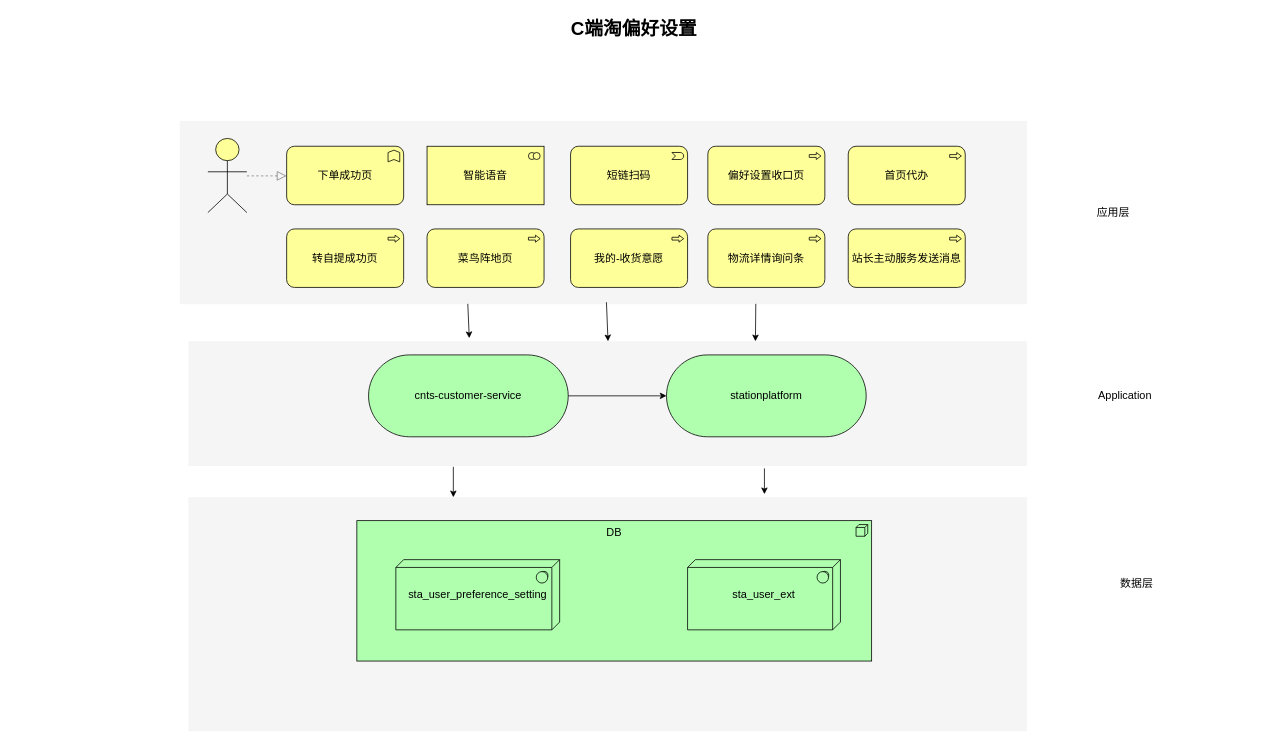
The draw.io diagram Untitled Diagram.drawio in wycssg/gitlearn, before the edit. Source tidied: cells renumbered, new cells numbered last; positions are measured from the earlier drawing's top-left corner, leaving out a move shared by most shapes. Both pictures are drawn from the tidied source at 78%, with x=0, y=0 at pixel (13, 13).
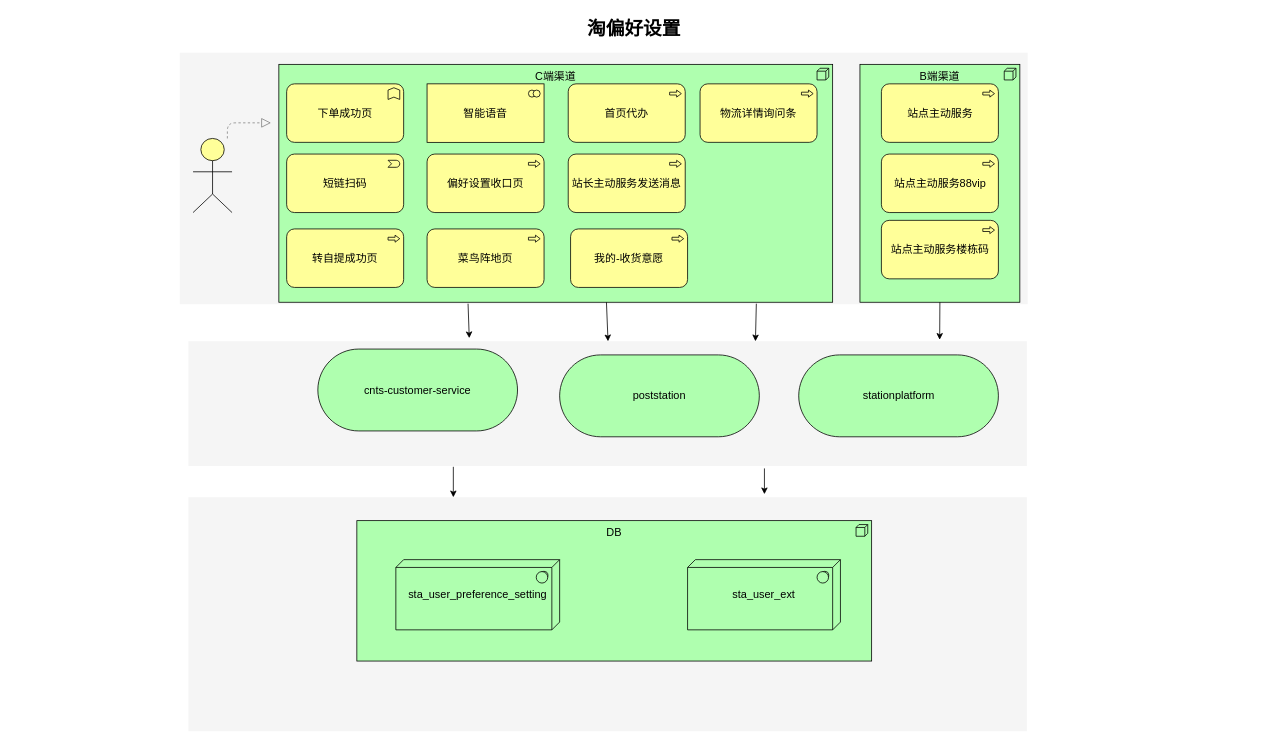
The same diagram, later.

The change refers to these unchanged cells:
```xml
<mxCell id="3" style="whiteSpace=wrap;html=1;strokeColor=none;strokeWidth=1;fillColor=#f5f5f5;fontSize=14;" parent="1" vertex="1">
  <mxGeometry x="224" y="420" width="1075" height="160" as="geometry" />
</mxCell>
```

Diff of the diagram source:
```diff
@@
+    <mxCell id="4" style="whiteSpace=wrap;html=1;strokeColor=none;strokeWidth=1;fillColor=#f5f5f5;fontSize=14;" parent="1" vertex="1">
+      <mxGeometry x="213" y="50" width="1087" height="322.5" as="geometry" />
+    </mxCell>
+    <mxCell id="32" value="C端渠道" style="html=1;whiteSpace=wrap;fillColor=#AFFFAF;shape=mxgraph.archimate3.application;appType=node;archiType=square;fontSize=14;verticalAlign=top;" parent="1" vertex="1">
+      <mxGeometry x="340" y="65" width="710" height="305" as="geometry" />
+    </mxCell>
@@
-    <mxCell id="4" style="whiteSpace=wrap;html=1;strokeColor=none;strokeWidth=1;fillColor=#f5f5f5;fontSize=14;" parent="1" vertex="1">
-      <mxGeometry x="213" y="137.5" width="1086" height="235" as="geometry" />
-    </mxCell>
@@
     <mxCell id="8" value="下单成功页" style="html=1;whiteSpace=wrap;fillColor=#ffff99;shape=mxgraph.archimate3.application;appType=func;archiType=rounded;fontSize=14;" parent="1" vertex="1">
-      <mxGeometry x="350" y="170" width="150" height="75" as="geometry" />
+      <mxGeometry x="350" y="90" width="150" height="75" as="geometry" />
     </mxCell>
     <mxCell id="9" value="智能语音" style="html=1;whiteSpace=wrap;fillColor=#ffff99;shape=mxgraph.archimate3.application;appType=collab;archiType=square;fontSize=14;" parent="1" vertex="1">
-      <mxGeometry x="530" y="170" width="150" height="75" as="geometry" />
+      <mxGeometry x="530" y="90" width="150" height="75" as="geometry" />
     </mxCell>
     <mxCell id="10" value="短链扫码" style="html=1;whiteSpace=wrap;fillColor=#ffff99;shape=mxgraph.archimate3.application;appType=event;archiType=rounded;fontSize=14;" parent="1" vertex="1">
-      <mxGeometry x="714" y="170" width="150" height="75" as="geometry" />
+      <mxGeometry x="350" y="180" width="150" height="75" as="geometry" />
     </mxCell>
     <mxCell id="11" value="偏好设置收口页" style="html=1;whiteSpace=wrap;fillColor=#ffff99;shape=mxgraph.archimate3.application;appType=proc;archiType=rounded;fontSize=14;" parent="1" vertex="1">
-      <mxGeometry x="890" y="170" width="150" height="75" as="geometry" />
+      <mxGeometry x="530" y="180" width="150" height="75" as="geometry" />
     </mxCell>
-    <mxCell id="12" value="数据层" style="text;html=1;strokeColor=none;fillColor=none;align=center;verticalAlign=middle;whiteSpace=wrap;fontSize=14;" parent="1" vertex="1">
-      <mxGeometry x="1320" y="720" width="240" height="20" as="geometry" />
-    </mxCell>
-    <mxCell id="13" value="Application" style="text;html=1;strokeColor=none;fillColor=none;align=center;verticalAlign=middle;whiteSpace=wrap;fontSize=14;" parent="1" vertex="1">
-      <mxGeometry x="1305" y="480" width="240" height="20" as="geometry" />
-    </mxCell>
-    <mxCell id="14" value="应用层" style="text;html=1;strokeColor=none;fillColor=none;align=center;verticalAlign=middle;whiteSpace=wrap;fontSize=14;" parent="1" vertex="1">
-      <mxGeometry x="1290" y="245" width="240" height="20" as="geometry" />
-    </mxCell>
-    <mxCell id="15" style="edgeStyle=elbowEdgeStyle;rounded=1;elbow=vertical;html=1;dashed=1;startSize=10;endArrow=block;endFill=0;endSize=10;jettySize=auto;strokeColor=#808080;fontSize=14;" parent="1" edge="1" source="16" target="8">
-      <mxGeometry relative="1" as="geometry" />
+    <mxCell id="15" style="edgeStyle=elbowEdgeStyle;rounded=1;elbow=vertical;html=1;dashed=1;startSize=10;endArrow=block;endFill=0;endSize=10;jettySize=auto;strokeColor=#808080;fontSize=14;" parent="1" edge="1" source="16">
+      <mxGeometry relative="1" as="geometry">
+        <mxPoint x="330" y="140" as="targetPoint" />
+        <Array as="points">
+          <mxPoint x="274" y="140" />
+        </Array>
+      </mxGeometry>
     </mxCell>
     <mxCell id="16" style="html=1;whiteSpace=wrap;fillColor=#ffff99;shape=mxgraph.archimate3.actor;fontSize=14;" parent="1" vertex="1">
-      <mxGeometry x="249" y="160" width="50" height="95" as="geometry" />
+      <mxGeometry x="230" y="160" width="50" height="95" as="geometry" />
     </mxCell>
-    <mxCell id="17" value="C端淘偏好设置" style="text;strokeColor=none;fillColor=none;html=1;fontSize=24;fontStyle=1;verticalAlign=middle;align=center;" parent="1" vertex="1">
+    <mxCell id="17" value="淘偏好设置" style="text;strokeColor=none;fillColor=none;html=1;fontSize=24;fontStyle=1;verticalAlign=middle;align=center;" parent="1" vertex="1">
       <mxGeometry width="1590" height="40" as="geometry" />
     </mxCell>
     <mxCell id="18" value="首页代办" style="html=1;whiteSpace=wrap;fillColor=#ffff99;shape=mxgraph.archimate3.application;appType=proc;archiType=rounded;fontSize=14;" parent="1" vertex="1">
-      <mxGeometry x="1070" y="170" width="150" height="75" as="geometry" />
+      <mxGeometry x="711" y="90" width="150" height="75" as="geometry" />
     </mxCell>
@@
     <mxCell id="22" value="物流详情询问条" style="html=1;whiteSpace=wrap;fillColor=#ffff99;shape=mxgraph.archimate3.application;appType=proc;archiType=rounded;fontSize=14;" parent="1" vertex="1">
-      <mxGeometry x="890" y="276" width="150" height="75" as="geometry" />
+      <mxGeometry x="880" y="90" width="150" height="75" as="geometry" />
     </mxCell>
     <mxCell id="23" value="站长主动服务发送消息" style="html=1;whiteSpace=wrap;fillColor=#ffff99;shape=mxgraph.archimate3.application;appType=proc;archiType=rounded;fontSize=14;" parent="1" vertex="1">
-      <mxGeometry x="1070" y="276" width="150" height="75" as="geometry" />
+      <mxGeometry x="711" y="180" width="150" height="75" as="geometry" />
     </mxCell>
     <mxCell id="24" value="cnts-customer-service" style="html=1;whiteSpace=wrap;fillColor=#AFFFAF;shape=mxgraph.archimate3.service;fontSize=14;" parent="1" vertex="1">
-      <mxGeometry x="455" y="437.5" width="256" height="105" as="geometry" />
+      <mxGeometry x="390" y="430" width="256" height="105" as="geometry" />
     </mxCell>
     <mxCell id="25" value="stationplatform" style="html=1;whiteSpace=wrap;fillColor=#AFFFAF;shape=mxgraph.archimate3.service;fontSize=14;" parent="1" vertex="1">
-      <mxGeometry x="837" y="437.5" width="256" height="105" as="geometry" />
+      <mxGeometry x="1006.5" y="437.5" width="256" height="105" as="geometry" />
     </mxCell>
@@
-    <mxCell id="29" style="endArrow=classic;html=1;rounded=0;exitX=0;exitY=0;exitDx=256;exitDy=52.5;exitPerimeter=0;" parent="1" edge="1" source="24" target="25">
-      <mxGeometry relative="1" as="geometry" />
-    </mxCell>
@@
+    <mxCell id="33" value="B端渠道" style="html=1;whiteSpace=wrap;fillColor=#AFFFAF;shape=mxgraph.archimate3.application;appType=node;archiType=square;fontSize=14;verticalAlign=top;" parent="1" vertex="1">
+      <mxGeometry x="1085" y="65" width="205" height="305" as="geometry" />
+    </mxCell>
+    <mxCell id="34" value="站点主动服务" style="html=1;whiteSpace=wrap;fillColor=#ffff99;shape=mxgraph.archimate3.application;appType=proc;archiType=rounded;fontSize=14;" parent="1" vertex="1">
+      <mxGeometry x="1112.5" y="90" width="150" height="75" as="geometry" />
+    </mxCell>
+    <mxCell id="35" value="站点主动服务88vip" style="html=1;whiteSpace=wrap;fillColor=#ffff99;shape=mxgraph.archimate3.application;appType=proc;archiType=rounded;fontSize=14;" parent="1" vertex="1">
+      <mxGeometry x="1112.5" y="180" width="150" height="75" as="geometry" />
+    </mxCell>
+    <mxCell id="36" value="站点主动服务楼栋码" style="html=1;whiteSpace=wrap;fillColor=#ffff99;shape=mxgraph.archimate3.application;appType=proc;archiType=rounded;fontSize=14;" parent="1" vertex="1">
+      <mxGeometry x="1112.5" y="265" width="150" height="75" as="geometry" />
+    </mxCell>
+    <mxCell id="37" value="poststation" style="html=1;whiteSpace=wrap;fillColor=#AFFFAF;shape=mxgraph.archimate3.service;fontSize=14;" parent="1" vertex="1">
+      <mxGeometry x="700" y="437.5" width="256" height="105" as="geometry" />
+    </mxCell>
+    <mxCell id="38" style="endArrow=classic;html=1;rounded=0;exitX=0.5;exitY=1;exitDx=0;exitDy=0;exitPerimeter=0;entryX=0.896;entryY=-0.012;entryDx=0;entryDy=0;entryPerimeter=0;" parent="1" edge="1" source="33" target="3">
+      <mxGeometry relative="1" as="geometry" />
+    </mxCell>
```
